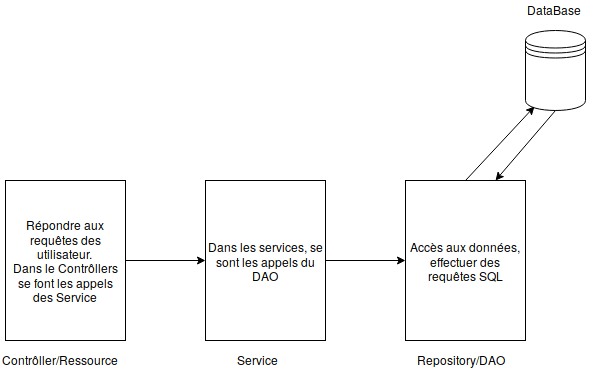
The draw.io diagram diagrammes/ArchitectureProjet.png in Mouhyi-Eddine/RapportAlternance, before a commit. Source tidied: cells renumbered, new cells last; positions are measured from the earlier drawing's top-left corner, leaving out a move shared by most shapes.
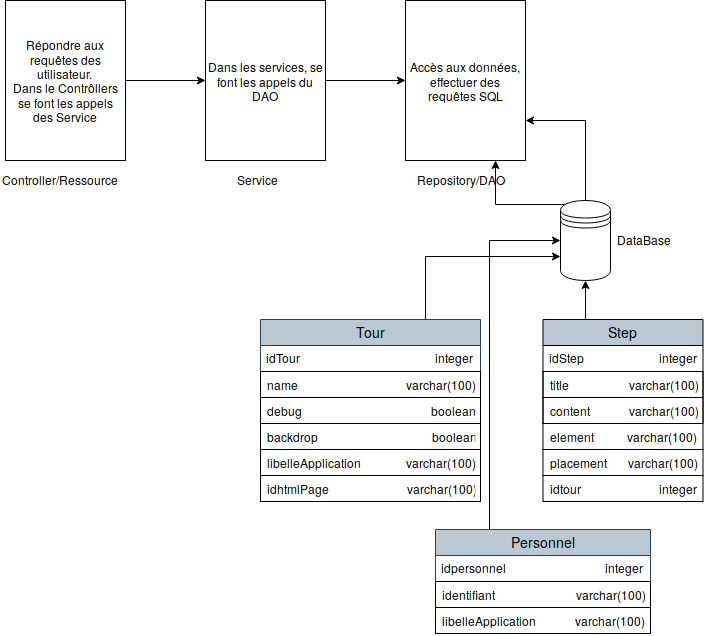
Later version of the same file.

Commit message:
rajouter les architectures

The edit, as a diff of the source:
```diff
@@ -2,19 +2,19 @@
   <root>
     <mxCell id="0" />
     <mxCell id="1" parent="0" />
+    <mxCell id="14" style="edgeStyle=orthogonalEdgeStyle;rounded=0;jettySize=auto;html=1;exitX=0.15;exitY=0.05;exitDx=0;exitDy=0;exitPerimeter=0;entryX=0.75;entryY=1;entryDx=0;entryDy=0;" parent="1" edge="1" source="2" target="3">
+      <mxGeometry relative="1" as="geometry" />
+    </mxCell>
+    <mxCell id="15" style="edgeStyle=orthogonalEdgeStyle;rounded=0;jettySize=auto;html=1;exitX=0.5;exitY=0;exitDx=0;exitDy=0;entryX=1;entryY=0.75;entryDx=0;entryDy=0;" parent="1" edge="1" source="2" target="3">
+      <mxGeometry relative="1" as="geometry" />
+    </mxCell>
     <mxCell id="2" style="shape=datastore;whiteSpace=wrap;html=1;" parent="1" vertex="1">
-      <mxGeometry x="525" y="30" width="60" height="80" as="geometry" />
+      <mxGeometry x="560" y="380" width="50" height="80" as="geometry" />
     </mxCell>
     <mxCell id="3" value="Accès aux données, effectuer des requêtes SQL" style="rounded=0;whiteSpace=wrap;html=1;" parent="1" vertex="1">
       <mxGeometry x="405" y="180" width="120" height="160" as="geometry" />
     </mxCell>
-    <mxCell id="4" style="endArrow=classic;html=1;exitX=0.5;exitY=0;exitDx=0;exitDy=0;entryX=0.15;entryY=0.95;entryDx=0;entryDy=0;entryPerimeter=0;" parent="1" edge="1" source="3" target="2">
-      <mxGeometry relative="1" as="geometry" />
-    </mxCell>
-    <mxCell id="5" style="endArrow=classic;html=1;exitX=0.5;exitY=1;exitDx=0;exitDy=0;entryX=0.75;entryY=0;entryDx=0;entryDy=0;" parent="1" edge="1" source="2" target="3">
-      <mxGeometry relative="1" as="geometry" />
-    </mxCell>
-    <mxCell id="6" value="Dans les services, se sont les appels du DAO" style="rounded=0;whiteSpace=wrap;html=1;" parent="1" vertex="1">
+    <mxCell id="6" value="Dans les services, se font les appels du DAO" style="rounded=0;whiteSpace=wrap;html=1;" parent="1" vertex="1">
       <mxGeometry x="205" y="180" width="120" height="160" as="geometry" />
     </mxCell>
     <mxCell id="7" value="&lt;div&gt;Répondre aux requêtes des utilisateur. &lt;br&gt;&lt;/div&gt;&lt;div&gt;Dans le Contrôllers se font les appels des Service&lt;/div&gt;" style="rounded=0;whiteSpace=wrap;html=1;" parent="1" vertex="1">
@@ -26,17 +26,80 @@
     <mxCell id="9" style="endArrow=classic;html=1;exitX=1;exitY=0.5;exitDx=0;exitDy=0;entryX=0;entryY=0.5;entryDx=0;entryDy=0;" parent="1" edge="1" source="6" target="3">
       <mxGeometry relative="1" as="geometry" />
     </mxCell>
-    <mxCell id="10" value="Repository/DAO" style="text;html=1;align=left;verticalAlign=top;spacingTop=-4;" parent="1" vertex="1">
-      <mxGeometry x="415" y="350" width="100" height="20" as="geometry" />
-    </mxCell>
     <mxCell id="11" value="Service" style="text;html=1;align=left;verticalAlign=top;spacingTop=-4;" parent="1" vertex="1">
       <mxGeometry x="235" y="350" width="60" height="20" as="geometry" />
     </mxCell>
-    <mxCell id="12" value="Contrôller/Ressource" style="text;html=1;align=left;verticalAlign=top;spacingTop=-4;" parent="1" vertex="1">
+    <mxCell id="12" value="Controller/Ressource" style="text;html=1;align=left;verticalAlign=top;spacingTop=-4;" parent="1" vertex="1">
       <mxGeometry y="350" width="130" height="20" as="geometry" />
     </mxCell>
     <mxCell id="13" value="DataBase" style="text;html=1;align=left;verticalAlign=top;spacingTop=-4;" parent="1" vertex="1">
-      <mxGeometry x="525" width="70" height="20" as="geometry" />
+      <mxGeometry x="615" y="410" width="70" height="20" as="geometry" />
     </mxCell>
+    <mxCell id="16" style="edgeStyle=orthogonalEdgeStyle;rounded=0;jettySize=auto;html=1;exitX=0.75;exitY=0;exitDx=0;exitDy=0;entryX=0;entryY=0.7;entryDx=0;entryDy=0;" parent="1" edge="1" source="17" target="2">
+      <mxGeometry relative="1" as="geometry" />
+    </mxCell>
+    <mxCell id="17" value="Tour" style="swimlane;fontStyle=0;horizontal=1;startSize=26;swimlaneFillColor=#ffffff;align=center;fontSize=14;fillColor=#bac8d3;strokeColor=#23445d;" parent="1" vertex="1">
+      <mxGeometry x="260" y="499" width="220" height="104" as="geometry" />
+    </mxCell>
+    <mxCell id="18" value="idTour                                             integer" style="text;spacingLeft=4;spacingRight=4;overflow=hidden;fontSize=12;align=left;" parent="17" vertex="1">
+      <mxGeometry y="26" width="220" height="26" as="geometry" />
+    </mxCell>
+    <mxCell id="19" value="name                                    varchar(100)" style="text;spacingLeft=4;spacingRight=4;overflow=hidden;fontSize=12;strokeColor=#000000;" parent="17" vertex="1">
+      <mxGeometry y="52" width="220" height="26" as="geometry" />
+    </mxCell>
+    <mxCell id="20" value="debug                                           boolean" style="text;spacingLeft=4;spacingRight=4;overflow=hidden;fontSize=12;strokeColor=#000000;" parent="17" vertex="1">
+      <mxGeometry y="78" width="220" height="26" as="geometry" />
+    </mxCell>
+    <mxCell id="21" value="backdrop                                      boolean" style="text;spacingLeft=4;spacingRight=4;overflow=hidden;fontSize=12;fillColor=none;strokeColor=#000000;" parent="1" vertex="1">
+      <mxGeometry x="260" y="603" width="220" height="26" as="geometry" />
+    </mxCell>
+    <mxCell id="22" value="libelleApplication               varchar(100)" style="text;spacingLeft=4;spacingRight=4;overflow=hidden;fontSize=12;strokeColor=#000000;" parent="1" vertex="1">
+      <mxGeometry x="260" y="629" width="220" height="26" as="geometry" />
+    </mxCell>
+    <mxCell id="23" value="idhtmlPage                          varchar(100)" style="text;spacingLeft=4;spacingRight=4;overflow=hidden;fontSize=12;strokeColor=#000000;" parent="1" vertex="1">
+      <mxGeometry x="260" y="655" width="220" height="26" as="geometry" />
+    </mxCell>
+    <mxCell id="10" value="Repository/DAO" style="text;html=1;align=left;verticalAlign=top;spacingTop=-4;" parent="1" vertex="1">
+      <mxGeometry x="415" y="350" width="100" height="20" as="geometry" />
+    </mxCell>
+    <mxCell id="24" style="edgeStyle=orthogonalEdgeStyle;rounded=0;jettySize=auto;html=1;exitX=0.25;exitY=0;exitDx=0;exitDy=0;entryX=0.5;entryY=1;entryDx=0;entryDy=0;" parent="1" edge="1" source="25" target="2">
+      <mxGeometry relative="1" as="geometry" />
+    </mxCell>
+    <mxCell id="25" value="Step" style="swimlane;fontStyle=0;horizontal=1;startSize=26;fillColor=#bac8d3;swimlaneFillColor=#ffffff;align=center;fontSize=14;strokeColor=#000000;" parent="1" vertex="1">
+      <mxGeometry x="542.5" y="499" width="160" height="104" as="geometry" />
+    </mxCell>
+    <mxCell id="26" value="idStep                         integer" style="text;spacingLeft=4;spacingRight=4;overflow=hidden;fontSize=12;" parent="25" vertex="1">
+      <mxGeometry y="26" width="160" height="26" as="geometry" />
+    </mxCell>
+    <mxCell id="27" value="title                    varchar(100)" style="text;spacingLeft=4;spacingRight=4;overflow=hidden;fontSize=12;strokeColor=#000000;" parent="25" vertex="1">
+      <mxGeometry y="52" width="160" height="26" as="geometry" />
+    </mxCell>
+    <mxCell id="28" value="content              varchar(100)" style="text;spacingLeft=4;spacingRight=4;overflow=hidden;fontSize=12;strokeColor=#000000;" parent="25" vertex="1">
+      <mxGeometry y="78" width="160" height="26" as="geometry" />
+    </mxCell>
+    <mxCell id="29" value="element           varchar(100)" style="text;spacingLeft=4;spacingRight=4;overflow=hidden;fontSize=12;fillColor=#ffffff;strokeColor=#000000;" parent="1" vertex="1">
+      <mxGeometry x="542.5" y="603" width="160" height="26" as="geometry" />
+    </mxCell>
+    <mxCell id="30" value="placement        varchar(100)" style="text;spacingLeft=4;spacingRight=4;overflow=hidden;fontSize=12;strokeColor=#000000;" parent="1" vertex="1">
+      <mxGeometry x="542.5" y="629" width="160" height="26" as="geometry" />
+    </mxCell>
+    <mxCell id="31" value="idtour                          integer" style="text;spacingLeft=4;spacingRight=4;overflow=hidden;fontSize=12;strokeColor=#000000;" parent="1" vertex="1">
+      <mxGeometry x="542.5" y="655" width="160" height="26" as="geometry" />
+    </mxCell>
+    <mxCell id="32" style="edgeStyle=orthogonalEdgeStyle;rounded=0;jettySize=auto;html=1;exitX=0.25;exitY=0;exitDx=0;exitDy=0;entryX=0;entryY=0.5;entryDx=0;entryDy=0;" parent="1" edge="1" source="33" target="2">
+      <mxGeometry relative="1" as="geometry" />
+    </mxCell>
+    <mxCell id="33" value="Personnel" style="swimlane;fontStyle=0;horizontal=1;startSize=26;fillColor=#bac8d3;swimlaneFillColor=#ffffff;align=center;fontSize=14;strokeColor=#23445d;" parent="1" vertex="1">
+      <mxGeometry x="435" y="709" width="215" height="78" as="geometry" />
+    </mxCell>
+    <mxCell id="34" value="idpersonnel                                 integer" style="text;spacingLeft=4;spacingRight=4;overflow=hidden;fontSize=12;" parent="33" vertex="1">
+      <mxGeometry y="26" width="215" height="26" as="geometry" />
+    </mxCell>
+    <mxCell id="35" value="identifiant                           varchar(100)" style="text;spacingLeft=4;spacingRight=4;overflow=hidden;fontSize=12;strokeColor=#000000;" parent="33" vertex="1">
+      <mxGeometry y="52" width="215" height="26" as="geometry" />
+    </mxCell>
+    <mxCell id="36" value="libelleApplication             varchar(100)" style="text;spacingLeft=4;spacingRight=4;overflow=hidden;fontSize=12;fillColor=#ffffff;strokeColor=#000000;" parent="1" vertex="1">
+      <mxGeometry x="435" y="787" width="215" height="26" as="geometry" />
+    </mxCell>
   </root>
 </mxGraphModel>
```
